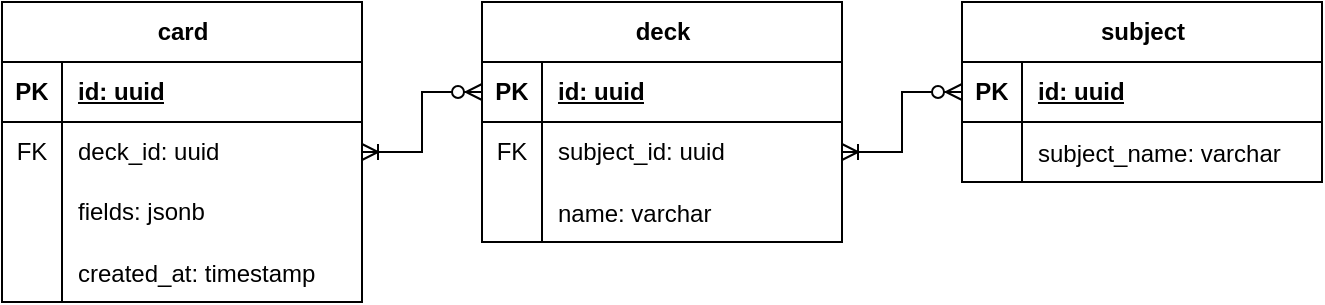
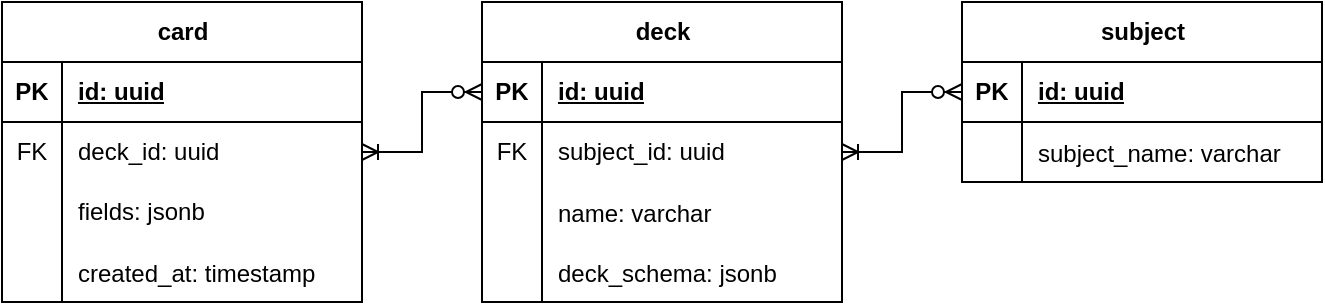
<mxfile host="65bd71144e">
    <diagram name="Page-1" id="E77Z4vSiBEVu_ntfNBje">
-         <mxGraphModel dx="666" dy="395" grid="1" gridSize="10" guides="1" tooltips="1" connect="1" arrows="1" fold="1" page="1" pageScale="1" pageWidth="850" pageHeight="1100" math="0" shadow="0">
+         <mxGraphModel dx="786" dy="490" grid="1" gridSize="10" guides="1" tooltips="1" connect="1" arrows="1" fold="1" page="1" pageScale="1" pageWidth="850" pageHeight="1100" math="0" shadow="0">
            <root>
                <mxCell id="0"/>
                <mxCell id="1" parent="0"/>
                <mxCell id="a0jAnDUGsL0N-l5X0XVK-1" value="card" style="shape=table;startSize=30;container=1;collapsible=1;childLayout=tableLayout;fixedRows=1;rowLines=0;fontStyle=1;align=center;resizeLast=1;html=1;" parent="1" vertex="1">
                    <mxGeometry y="80" width="180" height="150" as="geometry"/>
                </mxCell>
                <mxCell id="a0jAnDUGsL0N-l5X0XVK-2" value="" style="shape=tableRow;horizontal=0;startSize=0;swimlaneHead=0;swimlaneBody=0;fillColor=none;collapsible=0;dropTarget=0;points=[[0,0.5],[1,0.5]];portConstraint=eastwest;top=0;left=0;right=0;bottom=1;" parent="a0jAnDUGsL0N-l5X0XVK-1" vertex="1">
                    <mxGeometry y="30" width="180" height="30" as="geometry"/>
                </mxCell>
                <mxCell id="a0jAnDUGsL0N-l5X0XVK-3" value="PK" style="shape=partialRectangle;connectable=0;fillColor=none;top=0;left=0;bottom=0;right=0;fontStyle=1;overflow=hidden;whiteSpace=wrap;html=1;" parent="a0jAnDUGsL0N-l5X0XVK-2" vertex="1">
                    <mxGeometry width="30" height="30" as="geometry">
                        <mxRectangle width="30" height="30" as="alternateBounds"/>
                    </mxGeometry>
                </mxCell>
                <mxCell id="a0jAnDUGsL0N-l5X0XVK-4" value="id: uuid" style="shape=partialRectangle;connectable=0;fillColor=none;top=0;left=0;bottom=0;right=0;align=left;spacingLeft=6;fontStyle=5;overflow=hidden;whiteSpace=wrap;html=1;" parent="a0jAnDUGsL0N-l5X0XVK-2" vertex="1">
                    <mxGeometry x="30" width="150" height="30" as="geometry">
                        <mxRectangle width="150" height="30" as="alternateBounds"/>
                    </mxGeometry>
                </mxCell>
                <mxCell id="a0jAnDUGsL0N-l5X0XVK-39" value="" style="shape=tableRow;horizontal=0;startSize=0;swimlaneHead=0;swimlaneBody=0;fillColor=none;collapsible=0;dropTarget=0;points=[[0,0.5],[1,0.5]];portConstraint=eastwest;top=0;left=0;right=0;bottom=0;" parent="a0jAnDUGsL0N-l5X0XVK-1" vertex="1">
                    <mxGeometry y="60" width="180" height="30" as="geometry"/>
                </mxCell>
                <mxCell id="a0jAnDUGsL0N-l5X0XVK-40" value="FK" style="shape=partialRectangle;connectable=0;fillColor=none;top=0;left=0;bottom=0;right=0;fontStyle=0;overflow=hidden;whiteSpace=wrap;html=1;" parent="a0jAnDUGsL0N-l5X0XVK-39" vertex="1">
                    <mxGeometry width="30" height="30" as="geometry">
                        <mxRectangle width="30" height="30" as="alternateBounds"/>
                    </mxGeometry>
                </mxCell>
                <mxCell id="a0jAnDUGsL0N-l5X0XVK-41" value="deck_id: uuid" style="shape=partialRectangle;connectable=0;fillColor=none;top=0;left=0;bottom=0;right=0;align=left;spacingLeft=6;fontStyle=0;overflow=hidden;whiteSpace=wrap;html=1;" parent="a0jAnDUGsL0N-l5X0XVK-39" vertex="1">
                    <mxGeometry x="30" width="150" height="30" as="geometry">
                        <mxRectangle width="150" height="30" as="alternateBounds"/>
                    </mxGeometry>
                </mxCell>
                <mxCell id="a0jAnDUGsL0N-l5X0XVK-35" value="" style="shape=tableRow;horizontal=0;startSize=0;swimlaneHead=0;swimlaneBody=0;fillColor=none;collapsible=0;dropTarget=0;points=[[0,0.5],[1,0.5]];portConstraint=eastwest;top=0;left=0;right=0;bottom=0;" parent="a0jAnDUGsL0N-l5X0XVK-1" vertex="1">
                    <mxGeometry y="90" width="180" height="30" as="geometry"/>
                </mxCell>
                <mxCell id="a0jAnDUGsL0N-l5X0XVK-36" value="" style="shape=partialRectangle;connectable=0;fillColor=none;top=0;left=0;bottom=0;right=0;editable=1;overflow=hidden;whiteSpace=wrap;html=1;" parent="a0jAnDUGsL0N-l5X0XVK-35" vertex="1">
                    <mxGeometry width="30" height="30" as="geometry">
                        <mxRectangle width="30" height="30" as="alternateBounds"/>
                    </mxGeometry>
                </mxCell>
                <mxCell id="a0jAnDUGsL0N-l5X0XVK-37" value="fields: jsonb" style="shape=partialRectangle;connectable=0;fillColor=none;top=0;left=0;bottom=0;right=0;align=left;spacingLeft=6;overflow=hidden;whiteSpace=wrap;html=1;" parent="a0jAnDUGsL0N-l5X0XVK-35" vertex="1">
                    <mxGeometry x="30" width="150" height="30" as="geometry">
                        <mxRectangle width="150" height="30" as="alternateBounds"/>
                    </mxGeometry>
                </mxCell>
                <mxCell id="a0jAnDUGsL0N-l5X0XVK-70" value="" style="shape=tableRow;horizontal=0;startSize=0;swimlaneHead=0;swimlaneBody=0;fillColor=none;collapsible=0;dropTarget=0;points=[[0,0.5],[1,0.5]];portConstraint=eastwest;top=0;left=0;right=0;bottom=0;" parent="a0jAnDUGsL0N-l5X0XVK-1" vertex="1">
                    <mxGeometry y="120" width="180" height="30" as="geometry"/>
                </mxCell>
                <mxCell id="a0jAnDUGsL0N-l5X0XVK-71" value="" style="shape=partialRectangle;connectable=0;fillColor=none;top=0;left=0;bottom=0;right=0;editable=1;overflow=hidden;" parent="a0jAnDUGsL0N-l5X0XVK-70" vertex="1">
                    <mxGeometry width="30" height="30" as="geometry">
                        <mxRectangle width="30" height="30" as="alternateBounds"/>
                    </mxGeometry>
                </mxCell>
                <mxCell id="a0jAnDUGsL0N-l5X0XVK-72" value="created_at: timestamp" style="shape=partialRectangle;connectable=0;fillColor=none;top=0;left=0;bottom=0;right=0;align=left;spacingLeft=6;overflow=hidden;" parent="a0jAnDUGsL0N-l5X0XVK-70" vertex="1">
                    <mxGeometry x="30" width="150" height="30" as="geometry">
                        <mxRectangle width="150" height="30" as="alternateBounds"/>
                    </mxGeometry>
                </mxCell>
                <mxCell id="a0jAnDUGsL0N-l5X0XVK-22" value="deck" style="shape=table;startSize=30;container=1;collapsible=1;childLayout=tableLayout;fixedRows=1;rowLines=0;fontStyle=1;align=center;resizeLast=1;html=1;" parent="1" vertex="1">
-                     <mxGeometry x="240" y="80" width="180" height="120" as="geometry"/>
+                     <mxGeometry x="240" y="80" width="180" height="150" as="geometry"/>
                </mxCell>
                <mxCell id="a0jAnDUGsL0N-l5X0XVK-23" value="" style="shape=tableRow;horizontal=0;startSize=0;swimlaneHead=0;swimlaneBody=0;fillColor=none;collapsible=0;dropTarget=0;points=[[0,0.5],[1,0.5]];portConstraint=eastwest;top=0;left=0;right=0;bottom=1;" parent="a0jAnDUGsL0N-l5X0XVK-22" vertex="1">
                    <mxGeometry y="30" width="180" height="30" as="geometry"/>
                </mxCell>
                <mxCell id="a0jAnDUGsL0N-l5X0XVK-24" value="PK" style="shape=partialRectangle;connectable=0;fillColor=none;top=0;left=0;bottom=0;right=0;fontStyle=1;overflow=hidden;whiteSpace=wrap;html=1;" parent="a0jAnDUGsL0N-l5X0XVK-23" vertex="1">
                    <mxGeometry width="30" height="30" as="geometry">
                        <mxRectangle width="30" height="30" as="alternateBounds"/>
                    </mxGeometry>
                </mxCell>
                <mxCell id="a0jAnDUGsL0N-l5X0XVK-25" value="id: uuid" style="shape=partialRectangle;connectable=0;fillColor=none;top=0;left=0;bottom=0;right=0;align=left;spacingLeft=6;fontStyle=5;overflow=hidden;whiteSpace=wrap;html=1;" parent="a0jAnDUGsL0N-l5X0XVK-23" vertex="1">
                    <mxGeometry x="30" width="150" height="30" as="geometry">
                        <mxRectangle width="150" height="30" as="alternateBounds"/>
                    </mxGeometry>
                </mxCell>
                <mxCell id="a0jAnDUGsL0N-l5X0XVK-44" value="" style="shape=tableRow;horizontal=0;startSize=0;swimlaneHead=0;swimlaneBody=0;fillColor=none;collapsible=0;dropTarget=0;points=[[0,0.5],[1,0.5]];portConstraint=eastwest;top=0;left=0;right=0;bottom=0;" parent="a0jAnDUGsL0N-l5X0XVK-22" vertex="1">
                    <mxGeometry y="60" width="180" height="30" as="geometry"/>
                </mxCell>
                <mxCell id="a0jAnDUGsL0N-l5X0XVK-45" value="FK" style="shape=partialRectangle;connectable=0;fillColor=none;top=0;left=0;bottom=0;right=0;fontStyle=0;overflow=hidden;whiteSpace=wrap;html=1;" parent="a0jAnDUGsL0N-l5X0XVK-44" vertex="1">
                    <mxGeometry width="30" height="30" as="geometry">
                        <mxRectangle width="30" height="30" as="alternateBounds"/>
                    </mxGeometry>
                </mxCell>
                <mxCell id="a0jAnDUGsL0N-l5X0XVK-46" value="subject_id: uuid" style="shape=partialRectangle;connectable=0;fillColor=none;top=0;left=0;bottom=0;right=0;align=left;spacingLeft=6;fontStyle=0;overflow=hidden;whiteSpace=wrap;html=1;" parent="a0jAnDUGsL0N-l5X0XVK-44" vertex="1">
                    <mxGeometry x="30" width="150" height="30" as="geometry">
                        <mxRectangle width="150" height="30" as="alternateBounds"/>
                    </mxGeometry>
                </mxCell>
                <mxCell id="a0jAnDUGsL0N-l5X0XVK-62" value="" style="shape=tableRow;horizontal=0;startSize=0;swimlaneHead=0;swimlaneBody=0;fillColor=none;collapsible=0;dropTarget=0;points=[[0,0.5],[1,0.5]];portConstraint=eastwest;top=0;left=0;right=0;bottom=0;" parent="a0jAnDUGsL0N-l5X0XVK-22" vertex="1">
                    <mxGeometry y="90" width="180" height="30" as="geometry"/>
                </mxCell>
                <mxCell id="a0jAnDUGsL0N-l5X0XVK-63" value="" style="shape=partialRectangle;connectable=0;fillColor=none;top=0;left=0;bottom=0;right=0;editable=1;overflow=hidden;" parent="a0jAnDUGsL0N-l5X0XVK-62" vertex="1">
                    <mxGeometry width="30" height="30" as="geometry">
                        <mxRectangle width="30" height="30" as="alternateBounds"/>
                    </mxGeometry>
                </mxCell>
                <mxCell id="a0jAnDUGsL0N-l5X0XVK-64" value="name: varchar" style="shape=partialRectangle;connectable=0;fillColor=none;top=0;left=0;bottom=0;right=0;align=left;spacingLeft=6;overflow=hidden;" parent="a0jAnDUGsL0N-l5X0XVK-62" vertex="1">
+                     <mxGeometry x="30" width="150" height="30" as="geometry">
+                         <mxRectangle width="150" height="30" as="alternateBounds"/>
+                     </mxGeometry>
+                 </mxCell>
+                 <mxCell id="3" value="" style="shape=tableRow;horizontal=0;startSize=0;swimlaneHead=0;swimlaneBody=0;fillColor=none;collapsible=0;dropTarget=0;points=[[0,0.5],[1,0.5]];portConstraint=eastwest;top=0;left=0;right=0;bottom=0;" vertex="1" parent="a0jAnDUGsL0N-l5X0XVK-22">
+                     <mxGeometry y="120" width="180" height="30" as="geometry"/>
+                 </mxCell>
+                 <mxCell id="4" value="" style="shape=partialRectangle;connectable=0;fillColor=none;top=0;left=0;bottom=0;right=0;editable=1;overflow=hidden;" vertex="1" parent="3">
+                     <mxGeometry width="30" height="30" as="geometry">
+                         <mxRectangle width="30" height="30" as="alternateBounds"/>
+                     </mxGeometry>
+                 </mxCell>
+                 <mxCell id="5" value="deck_schema: jsonb" style="shape=partialRectangle;connectable=0;fillColor=none;top=0;left=0;bottom=0;right=0;align=left;spacingLeft=6;overflow=hidden;" vertex="1" parent="3">
                    <mxGeometry x="30" width="150" height="30" as="geometry">
                        <mxRectangle width="150" height="30" as="alternateBounds"/>
                    </mxGeometry>
                </mxCell>
                <mxCell id="a0jAnDUGsL0N-l5X0XVK-42" value="" style="edgeStyle=entityRelationEdgeStyle;fontSize=12;html=1;endArrow=ERoneToMany;startArrow=ERzeroToMany;rounded=0;entryX=1;entryY=0.5;entryDx=0;entryDy=0;exitX=0;exitY=0.5;exitDx=0;exitDy=0;" parent="1" source="a0jAnDUGsL0N-l5X0XVK-23" target="a0jAnDUGsL0N-l5X0XVK-39" edge="1">
                    <mxGeometry width="100" height="100" relative="1" as="geometry">
                        <mxPoint x="380" y="350" as="sourcePoint"/>
                        <mxPoint x="510" y="300" as="targetPoint"/>
                    </mxGeometry>
                </mxCell>
                <mxCell id="a0jAnDUGsL0N-l5X0XVK-47" value="subject" style="shape=table;startSize=30;container=1;collapsible=1;childLayout=tableLayout;fixedRows=1;rowLines=0;fontStyle=1;align=center;resizeLast=1;html=1;" parent="1" vertex="1">
                    <mxGeometry x="480" y="80" width="180" height="90" as="geometry"/>
                </mxCell>
                <mxCell id="a0jAnDUGsL0N-l5X0XVK-48" value="" style="shape=tableRow;horizontal=0;startSize=0;swimlaneHead=0;swimlaneBody=0;fillColor=none;collapsible=0;dropTarget=0;points=[[0,0.5],[1,0.5]];portConstraint=eastwest;top=0;left=0;right=0;bottom=1;" parent="a0jAnDUGsL0N-l5X0XVK-47" vertex="1">
                    <mxGeometry y="30" width="180" height="30" as="geometry"/>
                </mxCell>
                <mxCell id="a0jAnDUGsL0N-l5X0XVK-49" value="PK" style="shape=partialRectangle;connectable=0;fillColor=none;top=0;left=0;bottom=0;right=0;fontStyle=1;overflow=hidden;whiteSpace=wrap;html=1;" parent="a0jAnDUGsL0N-l5X0XVK-48" vertex="1">
                    <mxGeometry width="30" height="30" as="geometry">
                        <mxRectangle width="30" height="30" as="alternateBounds"/>
                    </mxGeometry>
                </mxCell>
                <mxCell id="a0jAnDUGsL0N-l5X0XVK-50" value="id: uuid" style="shape=partialRectangle;connectable=0;fillColor=none;top=0;left=0;bottom=0;right=0;align=left;spacingLeft=6;fontStyle=5;overflow=hidden;whiteSpace=wrap;html=1;" parent="a0jAnDUGsL0N-l5X0XVK-48" vertex="1">
                    <mxGeometry x="30" width="150" height="30" as="geometry">
                        <mxRectangle width="150" height="30" as="alternateBounds"/>
                    </mxGeometry>
                </mxCell>
                <mxCell id="a0jAnDUGsL0N-l5X0XVK-66" value="" style="shape=tableRow;horizontal=0;startSize=0;swimlaneHead=0;swimlaneBody=0;fillColor=none;collapsible=0;dropTarget=0;points=[[0,0.5],[1,0.5]];portConstraint=eastwest;top=0;left=0;right=0;bottom=0;" parent="a0jAnDUGsL0N-l5X0XVK-47" vertex="1">
                    <mxGeometry y="60" width="180" height="30" as="geometry"/>
                </mxCell>
                <mxCell id="a0jAnDUGsL0N-l5X0XVK-67" value="" style="shape=partialRectangle;connectable=0;fillColor=none;top=0;left=0;bottom=0;right=0;editable=1;overflow=hidden;" parent="a0jAnDUGsL0N-l5X0XVK-66" vertex="1">
                    <mxGeometry width="30" height="30" as="geometry">
                        <mxRectangle width="30" height="30" as="alternateBounds"/>
                    </mxGeometry>
                </mxCell>
                <mxCell id="a0jAnDUGsL0N-l5X0XVK-68" value="subject_name: varchar" style="shape=partialRectangle;connectable=0;fillColor=none;top=0;left=0;bottom=0;right=0;align=left;spacingLeft=6;overflow=hidden;" parent="a0jAnDUGsL0N-l5X0XVK-66" vertex="1">
                    <mxGeometry x="30" width="150" height="30" as="geometry">
                        <mxRectangle width="150" height="30" as="alternateBounds"/>
                    </mxGeometry>
                </mxCell>
                <mxCell id="a0jAnDUGsL0N-l5X0XVK-60" value="" style="edgeStyle=entityRelationEdgeStyle;fontSize=12;html=1;endArrow=ERoneToMany;startArrow=ERzeroToMany;rounded=0;exitX=0;exitY=0.5;exitDx=0;exitDy=0;entryX=1;entryY=0.5;entryDx=0;entryDy=0;" parent="1" source="a0jAnDUGsL0N-l5X0XVK-48" target="a0jAnDUGsL0N-l5X0XVK-44" edge="1">
                    <mxGeometry width="100" height="100" relative="1" as="geometry">
                        <mxPoint x="440" y="250" as="sourcePoint"/>
                        <mxPoint x="330" y="415" as="targetPoint"/>
                    </mxGeometry>
                </mxCell>
            </root>
        </mxGraphModel>
    </diagram>
</mxfile>